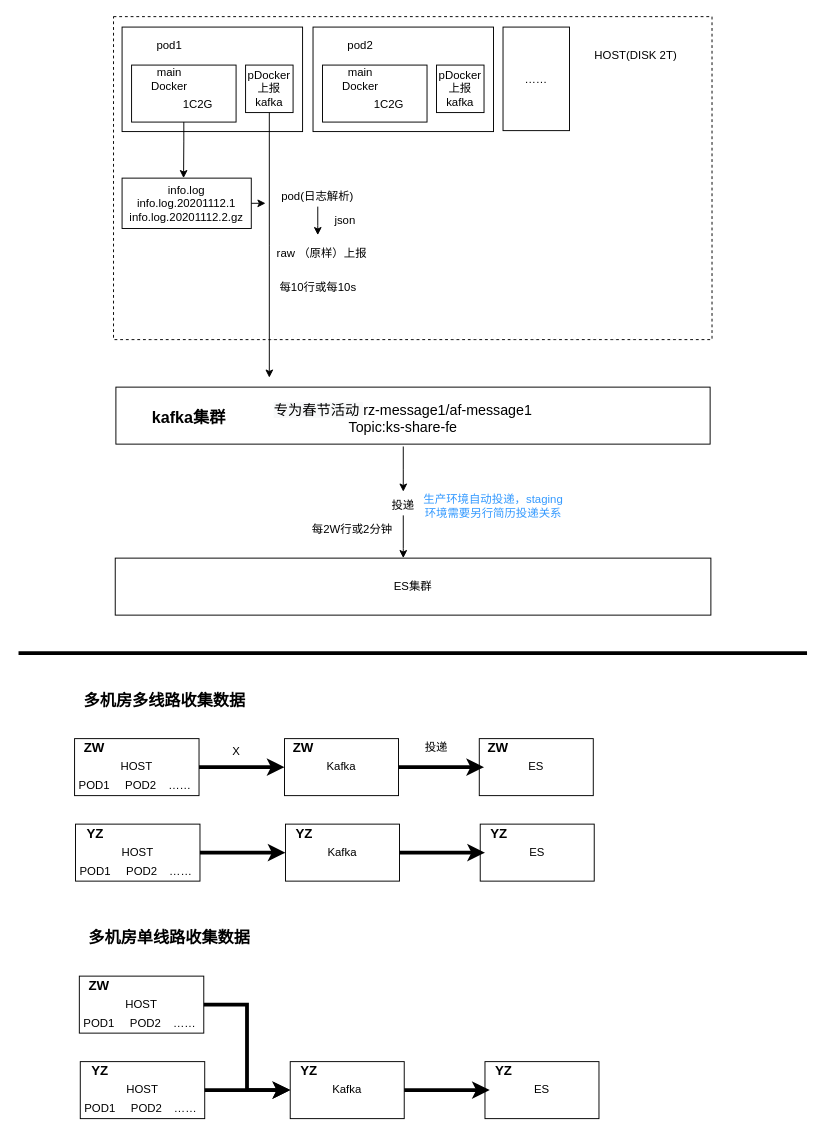
The draw.io diagram 日志消费图.drawio in ShangXinbo/myItem, before the edit. Source tidied: cells renumbered, new cells numbered last; positions are measured from the earlier drawing's top-left corner, leaving out a move shared by most shapes. Both pictures are drawn from the tidied source at 95%, with x=0, y=0 at pixel (18, 16).
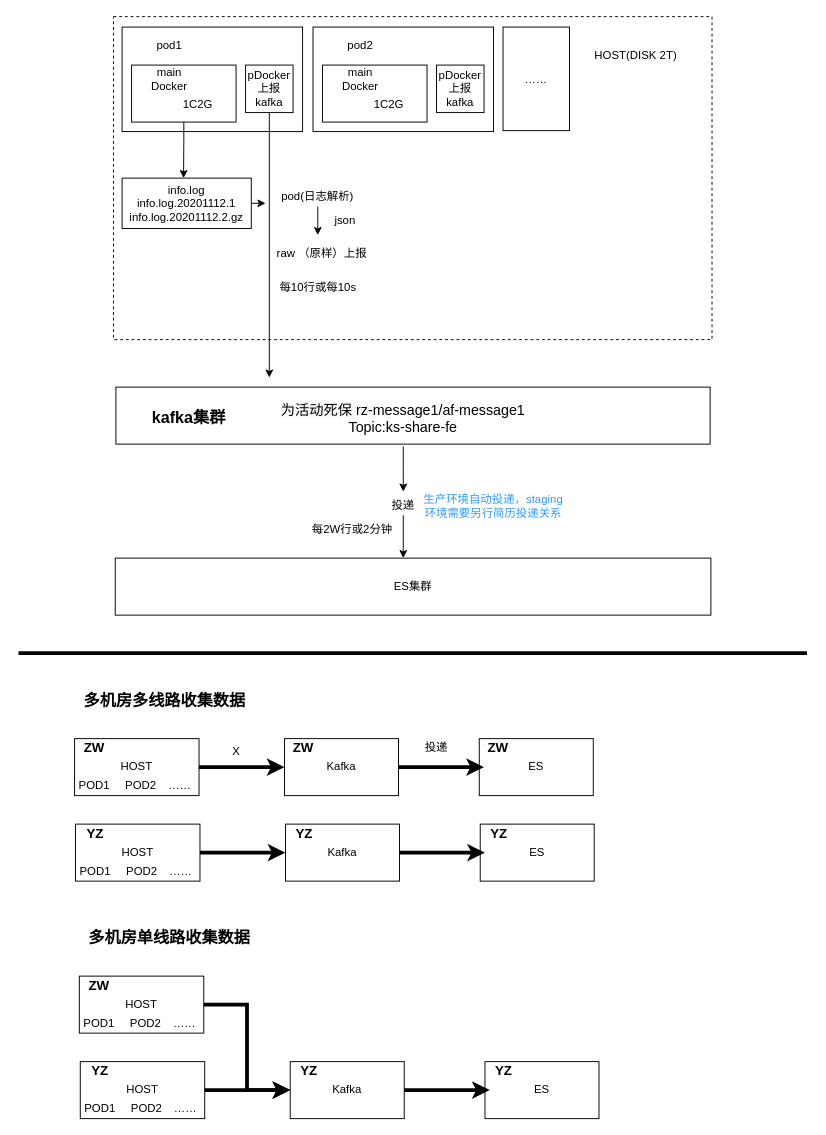
The same diagram, later.

Commit message:
更新日志消费图.drawio

What changed in the source:
```diff
@@
-    <mxCell id="29" value="&lt;div style=&quot;text-align: center ; font-size: 15px&quot;&gt;&lt;font style=&quot;font-size: 15px&quot;&gt;&lt;span style=&quot;text-align: left ; background-color: rgb(248 , 249 , 250)&quot;&gt;专为春节活动&amp;nbsp;&lt;/span&gt;&lt;span style=&quot;text-align: left ; background-color: rgb(255 , 255 , 255)&quot;&gt;rz-message1/af-message1&lt;/span&gt;&lt;/font&gt;&lt;/div&gt;&lt;font style=&quot;font-size: 15px&quot;&gt;Topic:ks-share-fe&lt;/font&gt;" style="text;html=1;strokeColor=none;fillColor=none;align=center;verticalAlign=middle;whiteSpace=wrap;rounded=0;" parent="1" vertex="1">
+    <mxCell id="29" value="&lt;div style=&quot;text-align: center ; font-size: 15px&quot;&gt;&lt;font style=&quot;font-size: 15px&quot;&gt;&lt;span style=&quot;text-align: left ; background-color: rgb(248 , 249 , 250)&quot;&gt;为活动死保&amp;nbsp;&lt;/span&gt;&lt;span style=&quot;text-align: left ; background-color: rgb(255 , 255 , 255)&quot;&gt;rz-message1/af-message1&lt;/span&gt;&lt;/font&gt;&lt;/div&gt;&lt;font style=&quot;font-size: 15px&quot;&gt;Topic:ks-share-fe&lt;/font&gt;" style="text;html=1;strokeColor=none;fillColor=none;align=center;verticalAlign=middle;whiteSpace=wrap;rounded=0;" parent="1" vertex="1">
       <mxGeometry x="195" y="392.5" width="420" height="60" as="geometry" />
     </mxCell>
```
